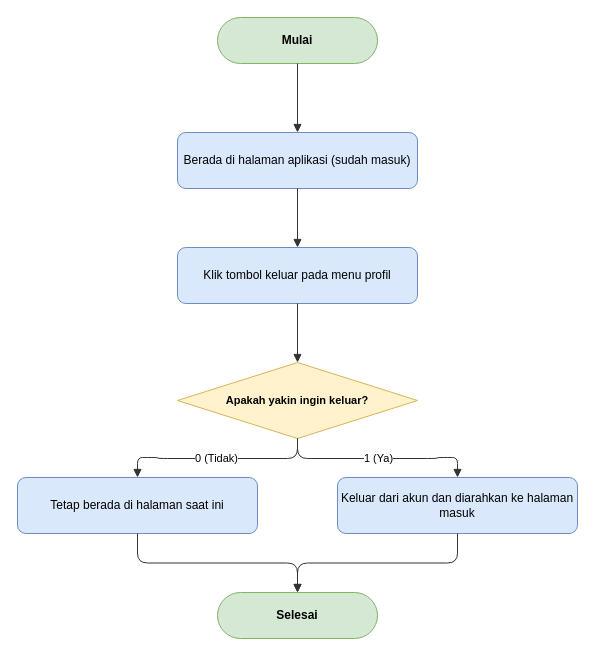
Above: docs/diagrams/flowchart/flowchart-logout.drawio in dimstyle/ruang-baca (draw.io), before the change. Source tidied: cells renumbered, new cells numbered last; positions are measured from the earlier drawing's top-left corner, leaving out a move shared by most shapes. Both pictures are drawn from the tidied source at 100%, with x=0, y=0 at pixel (17, 17).
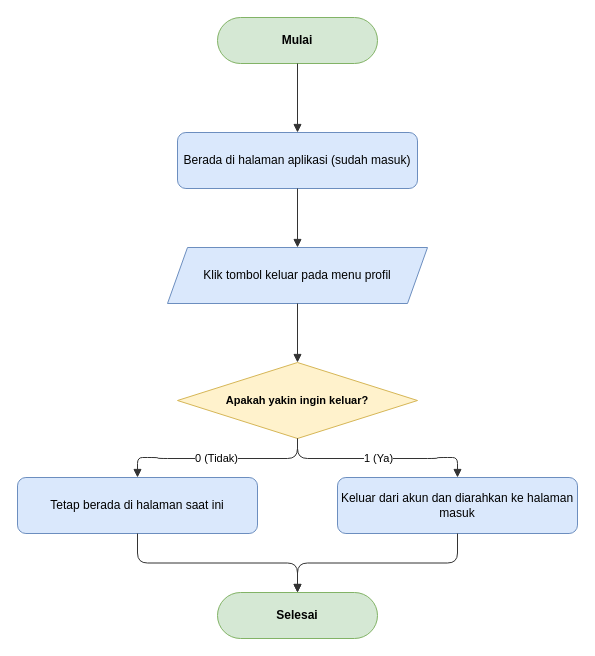
The same diagram, later.

Change to the diagram source:
```diff
@@
 <mxGraphModel>
   <root>
     <mxCell id="0" />
     <mxCell id="1" parent="0" />
     <mxCell id="2" value="Mulai" style="rounded=1;whiteSpace=wrap;html=1;arcSize=50;fillColor=#d5e8d4;strokeColor=#82b366;fontStyle=1;fontSize=12;" parent="1" vertex="1">
       <mxGeometry x="200" width="160" height="46" as="geometry" />
     </mxCell>
     <mxCell id="3" value="Berada di halaman aplikasi (sudah masuk)" style="rounded=1;whiteSpace=wrap;html=1;fillColor=#dae8fc;strokeColor=#6c8ebf;fontSize=12;" parent="1" vertex="1">
       <mxGeometry x="160" y="115" width="240" height="56" as="geometry" />
     </mxCell>
-    <mxCell id="4" value="Klik tombol keluar pada menu profil" style="rounded=1;whiteSpace=wrap;html=1;fillColor=#dae8fc;strokeColor=#6c8ebf;fontSize=12;" parent="1" vertex="1">
-      <mxGeometry x="160" y="230" width="240" height="56" as="geometry" />
+    <mxCell id="4" value="Klik tombol keluar pada menu profil" style="shape=parallelogram;perimeter=parallelogramPerimeter;whiteSpace=wrap;html=1;fixedSize=1;fillColor=#dae8fc;strokeColor=#6c8ebf;fontSize=12;" parent="1" vertex="1">
+      <mxGeometry x="150" y="230" width="260" height="56" as="geometry" />
     </mxCell>
     <mxCell id="5" value="Apakah yakin ingin keluar?" style="rhombus;whiteSpace=wrap;html=1;fillColor=#fff2cc;strokeColor=#d6b656;fontStyle=1;fontSize=11;" parent="1" vertex="1">
       <mxGeometry x="160" y="345" width="240" height="76" as="geometry" />
     </mxCell>
     <mxCell id="6" value="Tetap berada di halaman saat ini" style="rounded=1;whiteSpace=wrap;html=1;fillColor=#dae8fc;strokeColor=#6c8ebf;fontSize=12;" parent="1" vertex="1">
       <mxGeometry y="460" width="240" height="56" as="geometry" />
     </mxCell>
     <mxCell id="7" value="Keluar dari akun dan diarahkan ke halaman masuk" style="rounded=1;whiteSpace=wrap;html=1;fillColor=#dae8fc;strokeColor=#6c8ebf;fontSize=12;" parent="1" vertex="1">
       <mxGeometry x="320" y="460" width="240" height="56" as="geometry" />
     </mxCell>
     <mxCell id="8" value="Selesai" style="rounded=1;whiteSpace=wrap;html=1;arcSize=50;fillColor=#d5e8d4;strokeColor=#82b366;fontStyle=1;fontSize=12;" parent="1" vertex="1">
       <mxGeometry x="200" y="575" width="160" height="46" as="geometry" />
     </mxCell>
     <mxCell id="9" style="edgeStyle=orthogonalEdgeStyle;rounded=1;jettySize=auto;html=1;endArrow=block;endFill=1;strokeColor=#333333;fontSize=11;labelBackgroundColor=#ffffff;" parent="1" edge="1" source="2" target="3">
       <mxGeometry relative="1" as="geometry" />
     </mxCell>
     <mxCell id="10" style="edgeStyle=orthogonalEdgeStyle;rounded=1;jettySize=auto;html=1;endArrow=block;endFill=1;strokeColor=#333333;fontSize=11;labelBackgroundColor=#ffffff;" parent="1" edge="1" source="3" target="4">
       <mxGeometry relative="1" as="geometry" />
     </mxCell>
     <mxCell id="11" style="edgeStyle=orthogonalEdgeStyle;rounded=1;jettySize=auto;html=1;endArrow=block;endFill=1;strokeColor=#333333;fontSize=11;labelBackgroundColor=#ffffff;" parent="1" edge="1" source="4" target="5">
       <mxGeometry relative="1" as="geometry" />
     </mxCell>
     <mxCell id="12" value="0 (Tidak)" style="edgeStyle=orthogonalEdgeStyle;rounded=1;jettySize=auto;html=1;endArrow=block;endFill=1;strokeColor=#333333;fontSize=11;labelBackgroundColor=#ffffff;" parent="1" edge="1" source="5" target="6">
       <mxGeometry relative="1" as="geometry" />
     </mxCell>
     <mxCell id="13" style="edgeStyle=orthogonalEdgeStyle;rounded=1;jettySize=auto;html=1;endArrow=block;endFill=1;strokeColor=#333333;fontSize=11;labelBackgroundColor=#ffffff;" parent="1" edge="1" source="6" target="8">
       <mxGeometry relative="1" as="geometry" />
     </mxCell>
     <mxCell id="14" value="1 (Ya)" style="edgeStyle=orthogonalEdgeStyle;rounded=1;jettySize=auto;html=1;endArrow=block;endFill=1;strokeColor=#333333;fontSize=11;labelBackgroundColor=#ffffff;" parent="1" edge="1" source="5" target="7">
       <mxGeometry relative="1" as="geometry" />
     </mxCell>
     <mxCell id="15" style="edgeStyle=orthogonalEdgeStyle;rounded=1;jettySize=auto;html=1;endArrow=block;endFill=1;strokeColor=#333333;fontSize=11;labelBackgroundColor=#ffffff;" parent="1" edge="1" source="7" target="8">
       <mxGeometry relative="1" as="geometry" />
     </mxCell>
   </root>
 </mxGraphModel>
```
